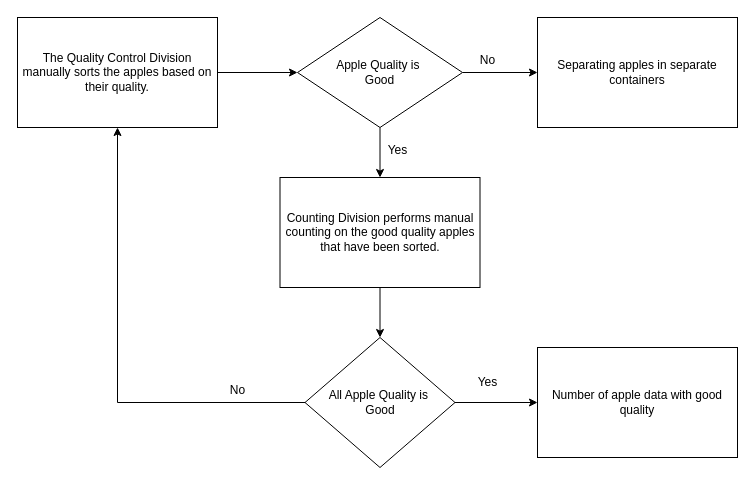
masyuraC7/Klasifikasi-Kualitas-Buah-Apel keeps this draw.io diagram as As-is-perusahaan-x.drawio. Above is the earlier version. Source tidied: cells renumbered, new cells numbered last; positions are measured from the earlier drawing's top-left corner, leaving out a move shared by most shapes. Both pictures are drawn from the tidied source at 100%, with x=0, y=0 at pixel (17, 17).
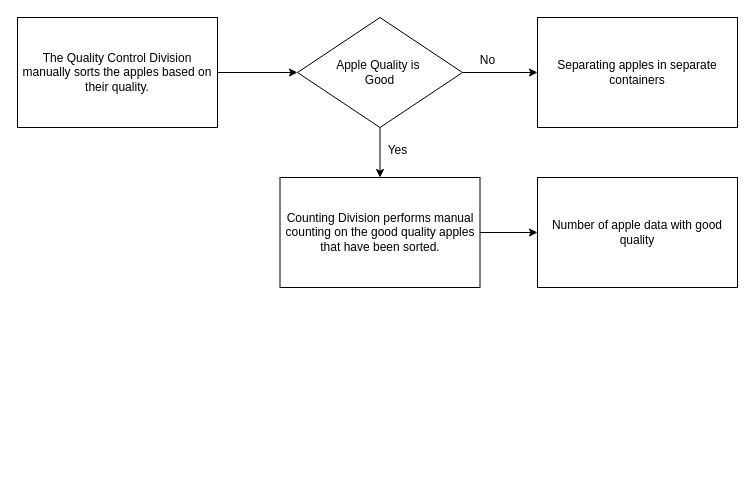
Above is the later version.

Change to the diagram source:
```diff
@@
 <mxGraphModel>
   <root>
     <mxCell id="0" />
     <mxCell id="1" parent="0" />
     <mxCell id="2" style="edgeStyle=orthogonalEdgeStyle;rounded=0;jettySize=auto;html=1;" parent="1" edge="1" source="3" target="6">
       <mxGeometry relative="1" as="geometry" />
     </mxCell>
     <mxCell id="3" value="The Quality Control Division manually sorts the apples based on their quality." style="rounded=0;whiteSpace=wrap;html=1;" parent="1" vertex="1">
       <mxGeometry width="200" height="110" as="geometry" />
     </mxCell>
     <mxCell id="4" style="edgeStyle=orthogonalEdgeStyle;rounded=0;jettySize=auto;html=1;entryX=0;entryY=0.5;entryDx=0;entryDy=0;" parent="1" edge="1" source="6" target="7">
       <mxGeometry relative="1" as="geometry" />
     </mxCell>
     <mxCell id="5" style="edgeStyle=orthogonalEdgeStyle;rounded=0;jettySize=auto;html=1;" parent="1" edge="1" source="6" target="9">
       <mxGeometry relative="1" as="geometry" />
     </mxCell>
     <mxCell id="6" value="Apple Quality is&amp;nbsp;&lt;div&gt;Good&lt;/div&gt;" style="rhombus;whiteSpace=wrap;html=1;" parent="1" vertex="1">
       <mxGeometry x="280" width="165" height="110" as="geometry" />
     </mxCell>
     <mxCell id="7" value="Separating apples in separate containers" style="rounded=0;whiteSpace=wrap;html=1;" parent="1" vertex="1">
       <mxGeometry x="520" width="200" height="110" as="geometry" />
     </mxCell>
-    <mxCell id="8" style="edgeStyle=orthogonalEdgeStyle;rounded=0;jettySize=auto;html=1;entryX=0.5;entryY=0;entryDx=0;entryDy=0;" parent="1" edge="1" source="9" target="12">
-      <mxGeometry relative="1" as="geometry" />
-    </mxCell>
+    <mxCell id="18" style="edgeStyle=orthogonalEdgeStyle;rounded=0;jettySize=auto;html=1;entryX=0;entryY=0.5;entryDx=0;entryDy=0;" parent="1" edge="1" source="9" target="13">
+      <mxGeometry relative="1" as="geometry" />
+    </mxCell>
     <mxCell id="9" value="Counting Division performs manual counting on the good quality apples that have been sorted." style="rounded=0;whiteSpace=wrap;html=1;" parent="1" vertex="1">
       <mxGeometry x="262.5" y="160" width="200" height="110" as="geometry" />
     </mxCell>
-    <mxCell id="10" style="edgeStyle=orthogonalEdgeStyle;rounded=0;jettySize=auto;html=1;entryX=0.5;entryY=1;entryDx=0;entryDy=0;" parent="1" edge="1" source="12" target="3">
-      <mxGeometry relative="1" as="geometry" />
-    </mxCell>
-    <mxCell id="11" style="edgeStyle=orthogonalEdgeStyle;rounded=0;jettySize=auto;html=1;entryX=0;entryY=0.5;entryDx=0;entryDy=0;" parent="1" edge="1" source="12" target="13">
-      <mxGeometry relative="1" as="geometry" />
-    </mxCell>
-    <mxCell id="12" value="All Apple Quality is&amp;nbsp;&lt;div&gt;Good&lt;/div&gt;" style="rhombus;whiteSpace=wrap;html=1;" parent="1" vertex="1">
-      <mxGeometry x="287.5" y="320" width="150" height="130" as="geometry" />
-    </mxCell>
     <mxCell id="13" value="Number of apple data with good quality" style="rounded=0;whiteSpace=wrap;html=1;" parent="1" vertex="1">
-      <mxGeometry x="520" y="330" width="200" height="110" as="geometry" />
+      <mxGeometry x="520" y="160" width="200" height="110" as="geometry" />
     </mxCell>
     <mxCell id="14" value="No" style="text;html=1;align=center;verticalAlign=middle;strokeColor=none;fillColor=none;" parent="1" vertex="1">
       <mxGeometry x="450" y="28" width="40" height="30" as="geometry" />
     </mxCell>
     <mxCell id="15" value="Yes" style="text;html=1;align=center;verticalAlign=middle;strokeColor=none;fillColor=none;" parent="1" vertex="1">
       <mxGeometry x="360" y="118" width="40" height="30" as="geometry" />
     </mxCell>
-    <mxCell id="16" value="No" style="text;html=1;align=center;verticalAlign=middle;strokeColor=none;fillColor=none;" parent="1" vertex="1">
-      <mxGeometry x="200" y="358" width="40" height="30" as="geometry" />
-    </mxCell>
-    <mxCell id="17" value="Yes" style="text;html=1;align=center;verticalAlign=middle;strokeColor=none;fillColor=none;" parent="1" vertex="1">
-      <mxGeometry x="450" y="350" width="40" height="30" as="geometry" />
-    </mxCell>
   </root>
 </mxGraphModel>
```
